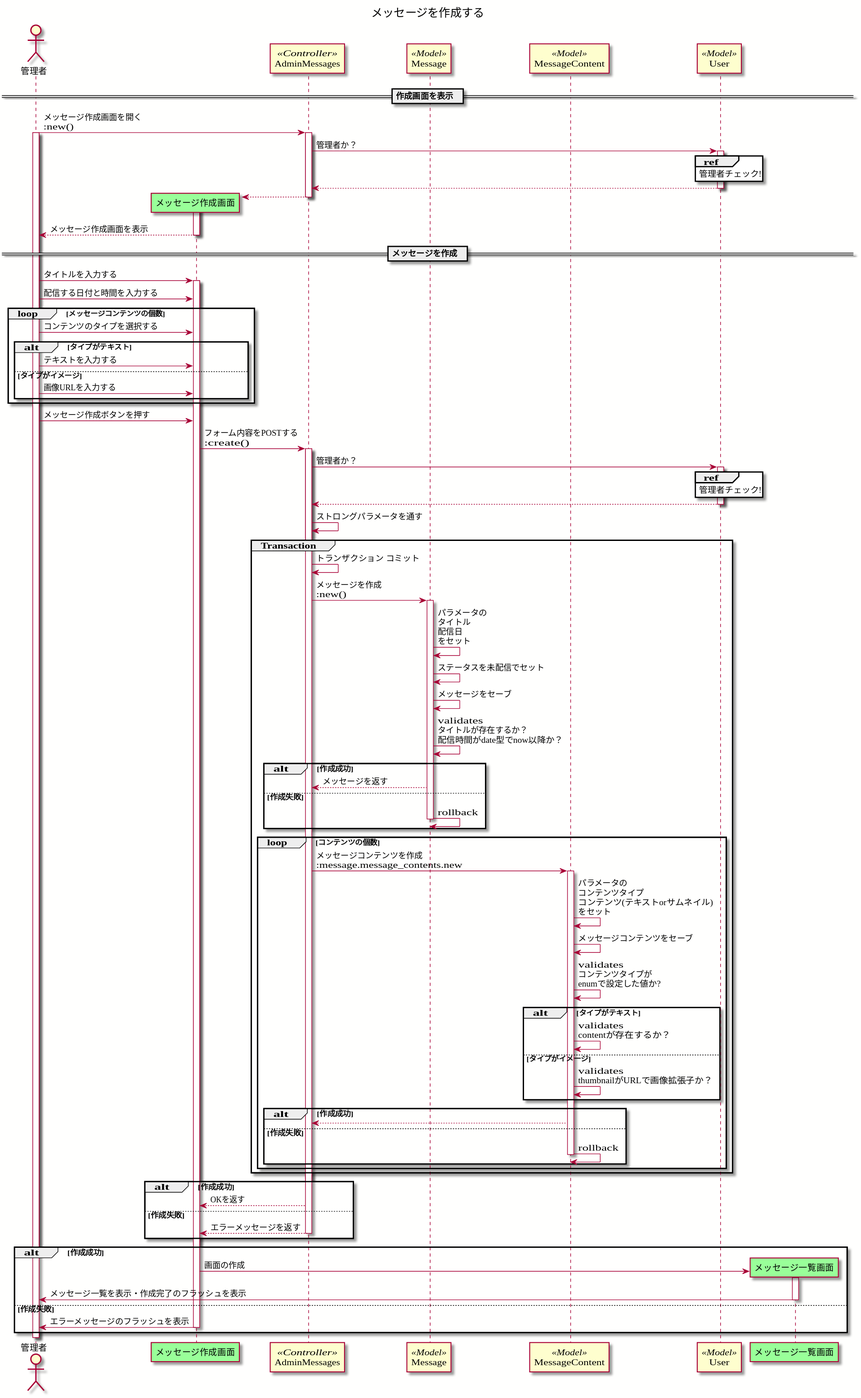
Earlier version of the PlantUML export out/create_message/create_message.svg (necocoa/img-stock).
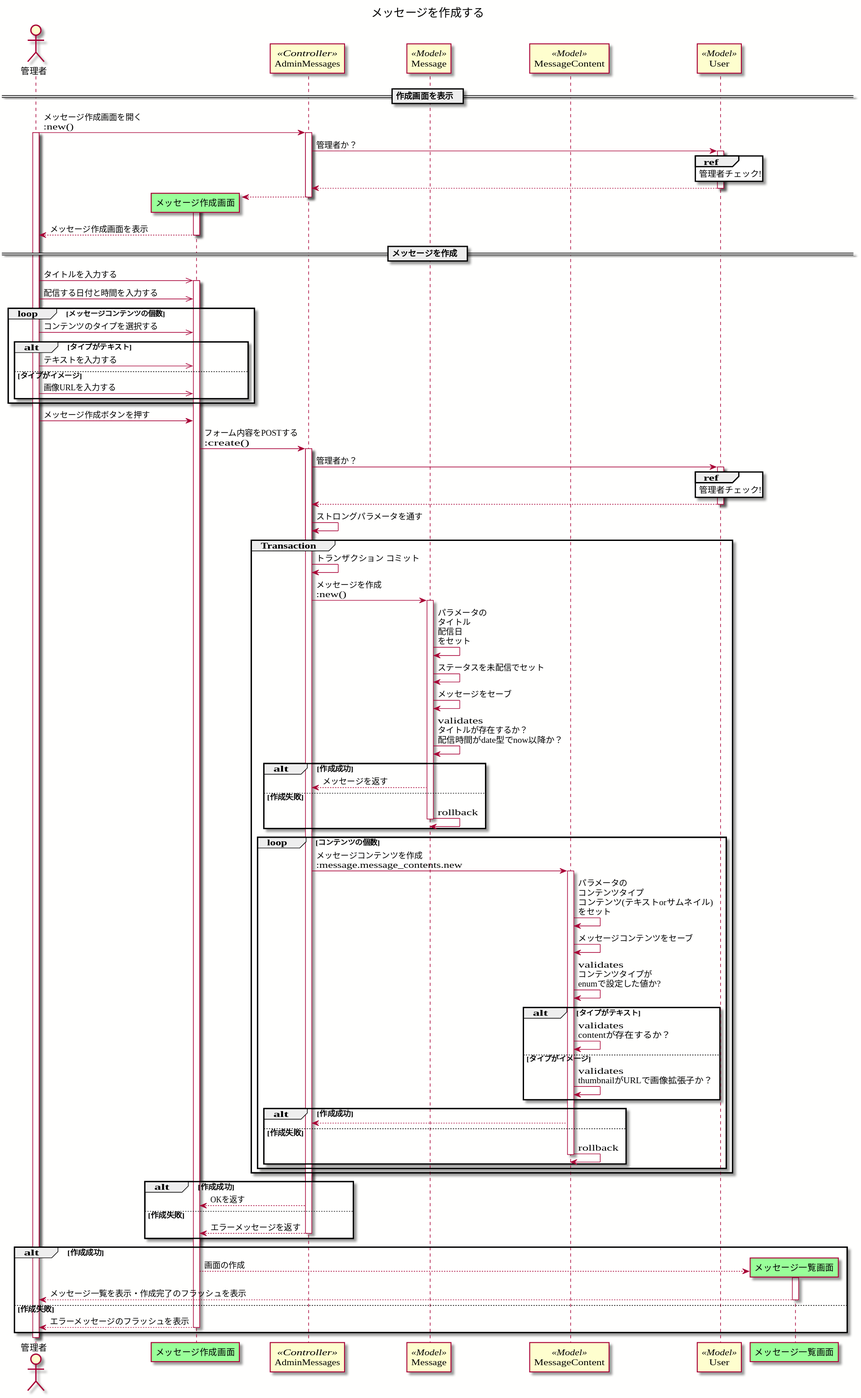
Later version of the same file.

What changed in the source:
```diff
@@ -34,16 +34,16 @@
 
 == メッセージを作成 ==
 
-admin -> message_new: タイトルを入力する
+admin ->> message_new: タイトルを入力する
 activate message_new
-admin -> message_new: 配信する日付と時間を入力する
+admin ->> message_new: 配信する日付と時間を入力する
 
 loop メッセージコンテンツの個数
-  admin -> message_new: コンテンツのタイプを選択する
+  admin ->> message_new: コンテンツのタイプを選択する
   alt タイプがテキスト
-    admin -> message_new: テキストを入力する
+    admin ->> message_new: テキストを入力する
   else タイプがイメージ
-    admin -> message_new: 画像URLを入力する
+    admin ->> message_new: 画像URLを入力する
   end
 end
 
@@ -104,12 +104,12 @@
 
 alt 作成成功
   create message_index
-  message_new -> message_index: 画面の作成
+  message_new --> message_index: 画面の作成
   activate message_index
-  message_index -> admin: メッセージ一覧を表示・作成完了のフラッシュを表示
+  message_index --> admin: メッセージ一覧を表示・作成完了のフラッシュを表示
   deactivate message_index
 else 作成失敗
-  message_new -> admin: エラーメッセージのフラッシュを表示
+  message_new --> admin: エラーメッセージのフラッシュを表示
   deactivate message_new
 end
 @enduml
```
